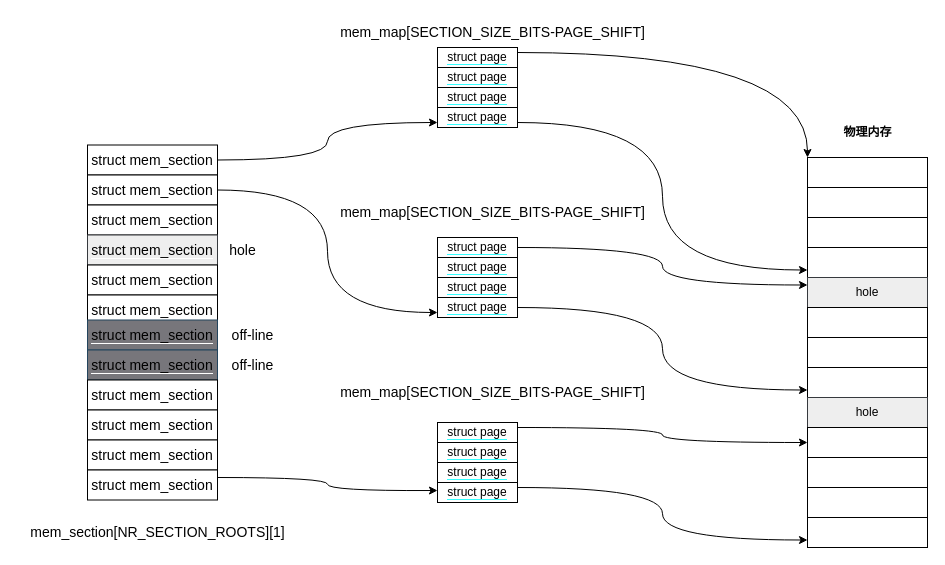
Before: images/SPARSEMEM.drawio in kongjun18/thesis, a draw.io diagram. Source tidied: cells renumbered, new cells numbered last; positions are measured from the earlier drawing's top-left corner, leaving out a move shared by most shapes. Both pictures are drawn from the tidied source at 100%, with x=0, y=0 at pixel (17, 17).
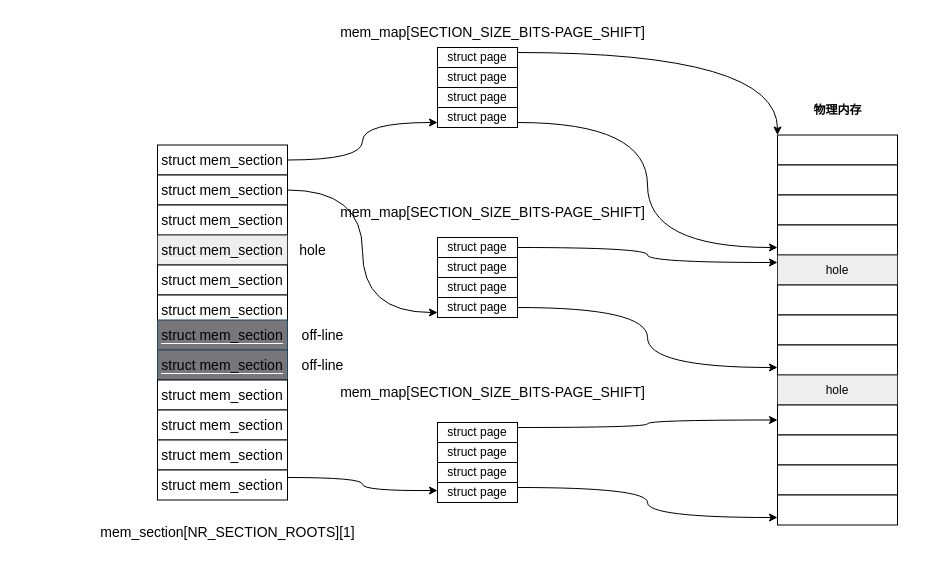
The same page after the edit.

The edit, as a diff of the source:
```diff
@@
     <mxCell id="2" style="rounded=0;whiteSpace=wrap;html=1;labelBackgroundColor=#33FFFF;" parent="1" vertex="1">
-      <mxGeometry x="790" y="140" width="120" height="30" as="geometry" />
+      <mxGeometry x="760" y="117.5" width="120" height="30" as="geometry" />
     </mxCell>
     <mxCell id="3" style="rounded=0;whiteSpace=wrap;html=1;labelBackgroundColor=#33FFFF;" parent="1" vertex="1">
-      <mxGeometry x="790" y="170" width="120" height="30" as="geometry" />
+      <mxGeometry x="760" y="147.5" width="120" height="30" as="geometry" />
     </mxCell>
     <mxCell id="4" style="rounded=0;whiteSpace=wrap;html=1;labelBackgroundColor=#33FFFF;" parent="1" vertex="1">
-      <mxGeometry x="790" y="200" width="120" height="30" as="geometry" />
+      <mxGeometry x="760" y="177.5" width="120" height="30" as="geometry" />
     </mxCell>
     <mxCell id="5" style="rounded=0;whiteSpace=wrap;html=1;labelBackgroundColor=#33FFFF;" parent="1" vertex="1">
-      <mxGeometry x="790" y="230" width="120" height="30" as="geometry" />
+      <mxGeometry x="760" y="207.5" width="120" height="30" as="geometry" />
     </mxCell>
     <mxCell id="6" value="hole" style="rounded=0;whiteSpace=wrap;html=1;labelBackgroundColor=none;fillColor=#eeeeee;strokeColor=#36393d;" parent="1" vertex="1">
-      <mxGeometry x="790" y="260" width="120" height="30" as="geometry" />
+      <mxGeometry x="760" y="237.5" width="120" height="30" as="geometry" />
     </mxCell>
     <mxCell id="7" style="rounded=0;whiteSpace=wrap;html=1;labelBackgroundColor=#33FFFF;" parent="1" vertex="1">
-      <mxGeometry x="790" y="290" width="120" height="30" as="geometry" />
+      <mxGeometry x="760" y="267.5" width="120" height="30" as="geometry" />
     </mxCell>
     <mxCell id="8" style="rounded=0;whiteSpace=wrap;html=1;labelBackgroundColor=#33FFFF;" parent="1" vertex="1">
-      <mxGeometry x="790" y="320" width="120" height="30" as="geometry" />
+      <mxGeometry x="760" y="297.5" width="120" height="30" as="geometry" />
     </mxCell>
     <mxCell id="9" style="rounded=0;whiteSpace=wrap;html=1;labelBackgroundColor=#33FFFF;" parent="1" vertex="1">
-      <mxGeometry x="790" y="350" width="120" height="30" as="geometry" />
+      <mxGeometry x="760" y="327.5" width="120" height="30" as="geometry" />
     </mxCell>
     <mxCell id="10" value="hole" style="rounded=0;whiteSpace=wrap;html=1;labelBackgroundColor=#FFFFF;fillColor=#eeeeee;strokeColor=#36393d;" parent="1" vertex="1">
-      <mxGeometry x="790" y="380" width="120" height="30" as="geometry" />
+      <mxGeometry x="760" y="357.5" width="120" height="30" as="geometry" />
     </mxCell>
     <mxCell id="11" style="rounded=0;whiteSpace=wrap;html=1;labelBackgroundColor=#33FFFF;" parent="1" vertex="1">
-      <mxGeometry x="790" y="410" width="120" height="30" as="geometry" />
+      <mxGeometry x="760" y="387.5" width="120" height="30" as="geometry" />
     </mxCell>
     <mxCell id="12" style="rounded=0;whiteSpace=wrap;html=1;labelBackgroundColor=#33FFFF;" parent="1" vertex="1">
-      <mxGeometry x="790" y="440" width="120" height="30" as="geometry" />
+      <mxGeometry x="760" y="417.5" width="120" height="30" as="geometry" />
     </mxCell>
     <mxCell id="13" style="rounded=0;whiteSpace=wrap;html=1;labelBackgroundColor=#33FFFF;" parent="1" vertex="1">
-      <mxGeometry x="790" y="470" width="120" height="30" as="geometry" />
+      <mxGeometry x="760" y="447.5" width="120" height="30" as="geometry" />
     </mxCell>
     <mxCell id="14" value="&lt;b&gt;物理内存&lt;/b&gt;" style="text;html=1;align=center;verticalAlign=middle;strokeColor=none;fillColor=none;" parent="1" vertex="1">
-      <mxGeometry x="815" y="100" width="70" height="30" as="geometry" />
+      <mxGeometry x="785" y="77.5" width="70" height="30" as="geometry" />
     </mxCell>
     <mxCell id="15" style="rounded=0;whiteSpace=wrap;html=1;labelBackgroundColor=#33FFFF;" parent="1" vertex="1">
-      <mxGeometry x="790" y="500" width="120" height="30" as="geometry" />
+      <mxGeometry x="760" y="477.5" width="120" height="30" as="geometry" />
     </mxCell>
@@
-    <mxCell id="17" value="&lt;span style=&quot;background-color: rgb(255, 255, 255);&quot;&gt;struct page&lt;/span&gt;" style="rounded=0;whiteSpace=wrap;html=1;labelBackgroundColor=#33FFFF;" parent="1" vertex="1">
+    <mxCell id="17" value="&lt;span style=&quot;&quot;&gt;struct page&lt;/span&gt;" style="rounded=0;whiteSpace=wrap;html=1;labelBackgroundColor=#FFFFFF;" parent="1" vertex="1">
       <mxGeometry x="420" y="30" width="80" height="20" as="geometry" />
     </mxCell>
-    <mxCell id="18" value="&lt;span style=&quot;background-color: rgb(255, 255, 255);&quot;&gt;struct page&lt;/span&gt;" style="rounded=0;whiteSpace=wrap;html=1;labelBackgroundColor=#33FFFF;" parent="1" vertex="1">
+    <mxCell id="18" value="&lt;span style=&quot;&quot;&gt;struct page&lt;/span&gt;" style="rounded=0;whiteSpace=wrap;html=1;labelBackgroundColor=none;" parent="1" vertex="1">
       <mxGeometry x="420" y="50" width="80" height="20" as="geometry" />
     </mxCell>
-    <mxCell id="19" value="&lt;span style=&quot;background-color: rgb(255, 255, 255);&quot;&gt;struct page&lt;/span&gt;" style="rounded=0;whiteSpace=wrap;html=1;labelBackgroundColor=#33FFFF;" parent="1" vertex="1">
+    <mxCell id="19" value="&lt;span style=&quot;&quot;&gt;struct page&lt;/span&gt;" style="rounded=0;whiteSpace=wrap;html=1;labelBackgroundColor=#FFFFFF;" parent="1" vertex="1">
       <mxGeometry x="420" y="70" width="80" height="20" as="geometry" />
     </mxCell>
@@
-    <mxCell id="21" value="&lt;span style=&quot;background-color: rgb(255, 255, 255);&quot;&gt;struct page&lt;/span&gt;" style="rounded=0;whiteSpace=wrap;html=1;labelBackgroundColor=#33FFFF;" parent="1" vertex="1">
+    <mxCell id="21" value="&lt;span style=&quot;&quot;&gt;struct page&lt;/span&gt;" style="rounded=0;whiteSpace=wrap;html=1;labelBackgroundColor=#FFFFFF;" parent="1" vertex="1">
       <mxGeometry x="420" y="90" width="80" height="20" as="geometry" />
     </mxCell>
@@
-    <mxCell id="23" value="&lt;span style=&quot;background-color: rgb(255, 255, 255);&quot;&gt;struct page&lt;/span&gt;" style="rounded=0;whiteSpace=wrap;html=1;labelBackgroundColor=#33FFFF;" parent="1" vertex="1">
+    <mxCell id="23" value="&lt;span style=&quot;&quot;&gt;struct page&lt;/span&gt;" style="rounded=0;whiteSpace=wrap;html=1;labelBackgroundColor=#FFFFFF;" parent="1" vertex="1">
       <mxGeometry x="420" y="220" width="80" height="20" as="geometry" />
     </mxCell>
-    <mxCell id="24" value="&lt;span style=&quot;background-color: rgb(255, 255, 255);&quot;&gt;struct page&lt;/span&gt;" style="rounded=0;whiteSpace=wrap;html=1;labelBackgroundColor=#33FFFF;" parent="1" vertex="1">
+    <mxCell id="24" value="&lt;span style=&quot;&quot;&gt;struct page&lt;/span&gt;" style="rounded=0;whiteSpace=wrap;html=1;labelBackgroundColor=none;" parent="1" vertex="1">
       <mxGeometry x="420" y="240" width="80" height="20" as="geometry" />
     </mxCell>
-    <mxCell id="25" value="&lt;span style=&quot;background-color: rgb(255, 255, 255);&quot;&gt;struct page&lt;/span&gt;" style="rounded=0;whiteSpace=wrap;html=1;labelBackgroundColor=#33FFFF;" parent="1" vertex="1">
+    <mxCell id="25" value="&lt;span style=&quot;&quot;&gt;struct page&lt;/span&gt;" style="rounded=0;whiteSpace=wrap;html=1;labelBackgroundColor=none;" parent="1" vertex="1">
       <mxGeometry x="420" y="260" width="80" height="20" as="geometry" />
     </mxCell>
@@
-    <mxCell id="27" value="&lt;span style=&quot;background-color: rgb(255, 255, 255);&quot;&gt;struct page&lt;/span&gt;" style="rounded=0;whiteSpace=wrap;html=1;labelBackgroundColor=#33FFFF;" parent="1" vertex="1">
+    <mxCell id="27" value="&lt;span style=&quot;&quot;&gt;struct page&lt;/span&gt;" style="rounded=0;whiteSpace=wrap;html=1;labelBackgroundColor=#FFFFFF;" parent="1" vertex="1">
       <mxGeometry x="420" y="280" width="80" height="20" as="geometry" />
     </mxCell>
@@
     <mxCell id="29" value="struct mem_section" style="rounded=0;whiteSpace=wrap;html=1;labelBackgroundColor=#FFFFFF;labelBorderColor=none;fontSize=14;" parent="1" vertex="1">
-      <mxGeometry x="70" y="127.5" width="130" height="30" as="geometry" />
+      <mxGeometry x="140" y="127.5" width="130" height="30" as="geometry" />
     </mxCell>
@@
     <mxCell id="31" value="struct mem_section" style="rounded=0;whiteSpace=wrap;html=1;labelBackgroundColor=#FFFFFF;labelBorderColor=none;fontSize=14;" parent="1" vertex="1">
-      <mxGeometry x="70" y="157.5" width="130" height="30" as="geometry" />
+      <mxGeometry x="140" y="157.5" width="130" height="30" as="geometry" />
     </mxCell>
     <mxCell id="32" value="struct mem_section" style="rounded=0;whiteSpace=wrap;html=1;labelBackgroundColor=#FFFFFF;labelBorderColor=none;fontSize=14;" parent="1" vertex="1">
-      <mxGeometry x="70" y="187.5" width="130" height="30" as="geometry" />
+      <mxGeometry x="140" y="187.5" width="130" height="30" as="geometry" />
     </mxCell>
     <mxCell id="33" value="&lt;span style=&quot;background-color: rgb(238, 238, 238);&quot;&gt;struct mem_section&lt;/span&gt;" style="rounded=0;whiteSpace=wrap;html=1;labelBackgroundColor=#FFFFFF;labelBorderColor=none;fontSize=14;fillColor=#eeeeee;strokeColor=#36393d;" parent="1" vertex="1">
-      <mxGeometry x="70" y="217.5" width="130" height="30" as="geometry" />
+      <mxGeometry x="140" y="217.5" width="130" height="30" as="geometry" />
     </mxCell>
     <mxCell id="34" value="struct mem_section" style="rounded=0;whiteSpace=wrap;html=1;labelBackgroundColor=#FFFFFF;labelBorderColor=none;fontSize=14;" parent="1" vertex="1">
-      <mxGeometry x="70" y="247.5" width="130" height="30" as="geometry" />
+      <mxGeometry x="140" y="247.5" width="130" height="30" as="geometry" />
     </mxCell>
     <mxCell id="35" value="struct mem_section" style="rounded=0;whiteSpace=wrap;html=1;labelBackgroundColor=#FFFFFF;labelBorderColor=none;fontSize=14;" parent="1" vertex="1">
-      <mxGeometry x="70" y="277.5" width="130" height="30" as="geometry" />
+      <mxGeometry x="140" y="277.5" width="130" height="30" as="geometry" />
     </mxCell>
     <mxCell id="36" value="&lt;span style=&quot;background-color: rgb(119, 118, 123);&quot;&gt;struct mem_section&lt;/span&gt;" style="rounded=0;whiteSpace=wrap;html=1;labelBackgroundColor=#FFFFFF;labelBorderColor=none;fontSize=14;fillColor=#77767b;strokeColor=#23445d;" parent="1" vertex="1">
-      <mxGeometry x="70" y="302.5" width="130" height="30" as="geometry" />
+      <mxGeometry x="140" y="302.5" width="130" height="30" as="geometry" />
     </mxCell>
     <mxCell id="37" value="&lt;span style=&quot;background-color: rgb(119, 118, 123);&quot;&gt;struct mem_section&lt;/span&gt;" style="rounded=0;whiteSpace=wrap;html=1;labelBackgroundColor=#FFFFFF;labelBorderColor=none;fontSize=14;fillColor=#77767b;strokeColor=#23445d;" parent="1" vertex="1">
-      <mxGeometry x="70" y="332.5" width="130" height="30" as="geometry" />
+      <mxGeometry x="140" y="332.5" width="130" height="30" as="geometry" />
     </mxCell>
     <mxCell id="38" value="struct mem_section" style="rounded=0;whiteSpace=wrap;html=1;labelBackgroundColor=#FFFFFF;labelBorderColor=none;fontSize=14;" parent="1" vertex="1">
-      <mxGeometry x="70" y="362.5" width="130" height="30" as="geometry" />
+      <mxGeometry x="140" y="362.5" width="130" height="30" as="geometry" />
     </mxCell>
     <mxCell id="39" value="struct mem_section" style="rounded=0;whiteSpace=wrap;html=1;labelBackgroundColor=#FFFFFF;labelBorderColor=none;fontSize=14;" parent="1" vertex="1">
-      <mxGeometry x="70" y="392.5" width="130" height="30" as="geometry" />
+      <mxGeometry x="140" y="392.5" width="130" height="30" as="geometry" />
     </mxCell>
     <mxCell id="40" value="struct mem_section" style="rounded=0;whiteSpace=wrap;html=1;labelBackgroundColor=#FFFFFF;labelBorderColor=none;fontSize=14;" parent="1" vertex="1">
-      <mxGeometry x="70" y="422.5" width="130" height="30" as="geometry" />
+      <mxGeometry x="140" y="422.5" width="130" height="30" as="geometry" />
     </mxCell>
@@
     <mxCell id="42" value="struct mem_section" style="rounded=0;whiteSpace=wrap;html=1;labelBackgroundColor=#FFFFFF;labelBorderColor=none;fontSize=14;" parent="1" vertex="1">
-      <mxGeometry x="70" y="452.5" width="130" height="30" as="geometry" />
+      <mxGeometry x="140" y="452.5" width="130" height="30" as="geometry" />
     </mxCell>
     <mxCell id="43" value="mem_section[NR_SECTION_ROOTS][1]" style="text;html=1;align=center;verticalAlign=middle;strokeColor=none;fillColor=none;fontSize=14;" parent="1" vertex="1">
-      <mxGeometry y="500" width="280" height="30" as="geometry" />
+      <mxGeometry x="70" y="500" width="280" height="30" as="geometry" />
     </mxCell>
@@
-    <mxCell id="45" value="&lt;span style=&quot;background-color: rgb(255, 255, 255);&quot;&gt;struct page&lt;/span&gt;" style="rounded=0;whiteSpace=wrap;html=1;labelBackgroundColor=#33FFFF;" parent="1" vertex="1">
+    <mxCell id="45" value="&lt;span style=&quot;&quot;&gt;struct page&lt;/span&gt;" style="rounded=0;whiteSpace=wrap;html=1;labelBackgroundColor=none;" parent="1" vertex="1">
       <mxGeometry x="420" y="405" width="80" height="20" as="geometry" />
     </mxCell>
-    <mxCell id="46" value="&lt;span style=&quot;background-color: rgb(255, 255, 255);&quot;&gt;struct page&lt;/span&gt;" style="rounded=0;whiteSpace=wrap;html=1;labelBackgroundColor=#33FFFF;" parent="1" vertex="1">
+    <mxCell id="46" value="&lt;span style=&quot;&quot;&gt;struct page&lt;/span&gt;" style="rounded=0;whiteSpace=wrap;html=1;labelBackgroundColor=none;" parent="1" vertex="1">
       <mxGeometry x="420" y="425" width="80" height="20" as="geometry" />
     </mxCell>
-    <mxCell id="47" value="&lt;span style=&quot;background-color: rgb(255, 255, 255);&quot;&gt;struct page&lt;/span&gt;" style="rounded=0;whiteSpace=wrap;html=1;labelBackgroundColor=#33FFFF;" parent="1" vertex="1">
+    <mxCell id="47" value="&lt;span style=&quot;&quot;&gt;struct page&lt;/span&gt;" style="rounded=0;whiteSpace=wrap;html=1;labelBackgroundColor=none;" parent="1" vertex="1">
       <mxGeometry x="420" y="445" width="80" height="20" as="geometry" />
     </mxCell>
@@
-    <mxCell id="49" value="&lt;span style=&quot;background-color: rgb(255, 255, 255);&quot;&gt;struct page&lt;/span&gt;" style="rounded=0;whiteSpace=wrap;html=1;labelBackgroundColor=#33FFFF;" parent="1" vertex="1">
+    <mxCell id="49" value="&lt;span style=&quot;&quot;&gt;struct page&lt;/span&gt;" style="rounded=0;whiteSpace=wrap;html=1;labelBackgroundColor=none;" parent="1" vertex="1">
       <mxGeometry x="420" y="465" width="80" height="20" as="geometry" />
     </mxCell>
@@
     <mxCell id="51" value="off-line" style="text;html=1;align=center;verticalAlign=middle;strokeColor=none;fillColor=none;fontSize=14;" parent="1" vertex="1">
-      <mxGeometry x="200" y="302.5" width="70" height="30" as="geometry" />
+      <mxGeometry x="270" y="302.5" width="70" height="30" as="geometry" />
     </mxCell>
     <mxCell id="52" value="off-line" style="text;html=1;align=center;verticalAlign=middle;strokeColor=none;fillColor=none;fontSize=14;" parent="1" vertex="1">
-      <mxGeometry x="200" y="332.5" width="70" height="30" as="geometry" />
+      <mxGeometry x="270" y="332.5" width="70" height="30" as="geometry" />
     </mxCell>
     <mxCell id="53" value="hole" style="text;html=1;align=center;verticalAlign=middle;strokeColor=none;fillColor=none;fontSize=14;" parent="1" vertex="1">
-      <mxGeometry x="200" y="217.5" width="50" height="30" as="geometry" />
+      <mxGeometry x="270" y="217.5" width="50" height="30" as="geometry" />
     </mxCell>
```
